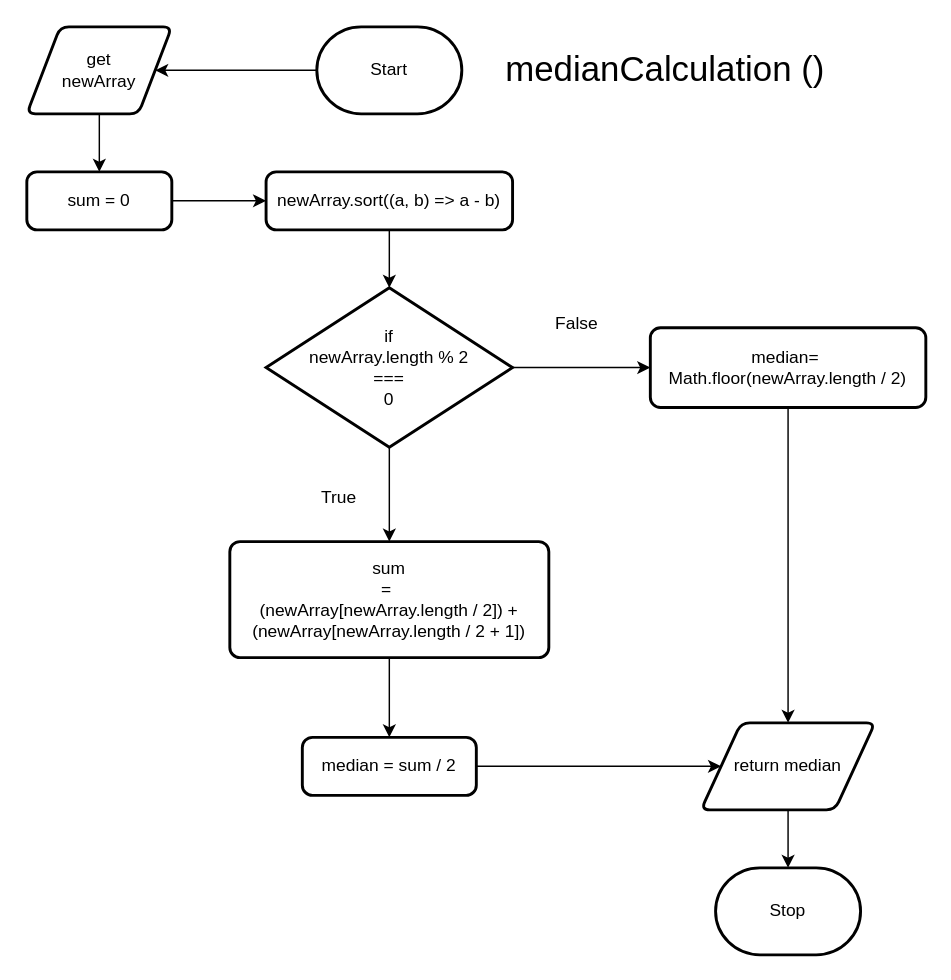
Above: design/medianFlowchart.drawio in Emmanuel-Fofeyin/ICS4U-Unit1-06-Typescript (draw.io), before the change. Source tidied: cells renumbered, new cells numbered last; positions are measured from the earlier drawing's top-left corner, leaving out a move shared by most shapes. Both pictures are drawn from the tidied source at 145%, with x=0, y=0 at pixel (26, 26).
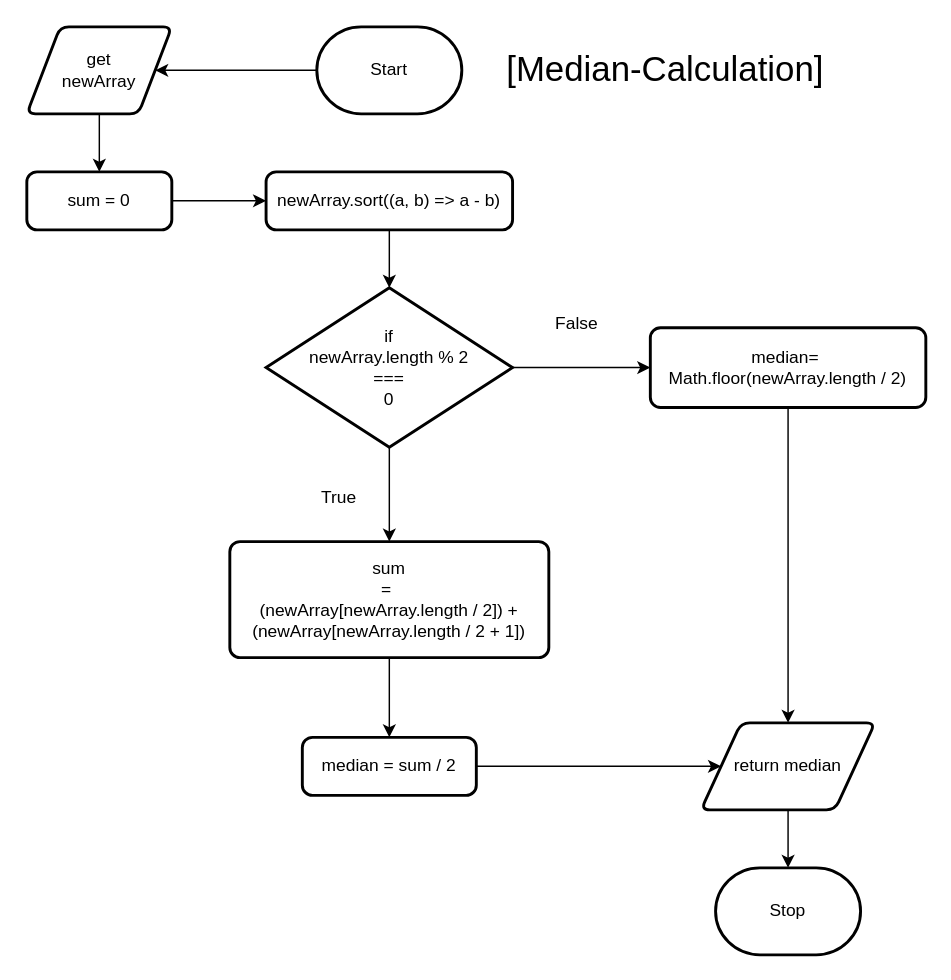
The same diagram, later.

Change to the diagram source:
```diff
@@
-    <mxCell id="24" value="&lt;font style=&quot;font-size: 24px;&quot;&gt;medianCalculation ()&lt;/font&gt;" style="text;html=1;align=center;verticalAlign=middle;strokeColor=none;fillColor=none;" parent="1" vertex="1">
+    <mxCell id="24" value="&lt;font style=&quot;font-size: 24px;&quot;&gt;[Median-Calculation]&lt;/font&gt;" style="text;html=1;align=center;verticalAlign=middle;strokeColor=none;fillColor=none;" parent="1" vertex="1">
       <mxGeometry x="320" y="10" width="240" height="40" as="geometry" />
     </mxCell>
```
